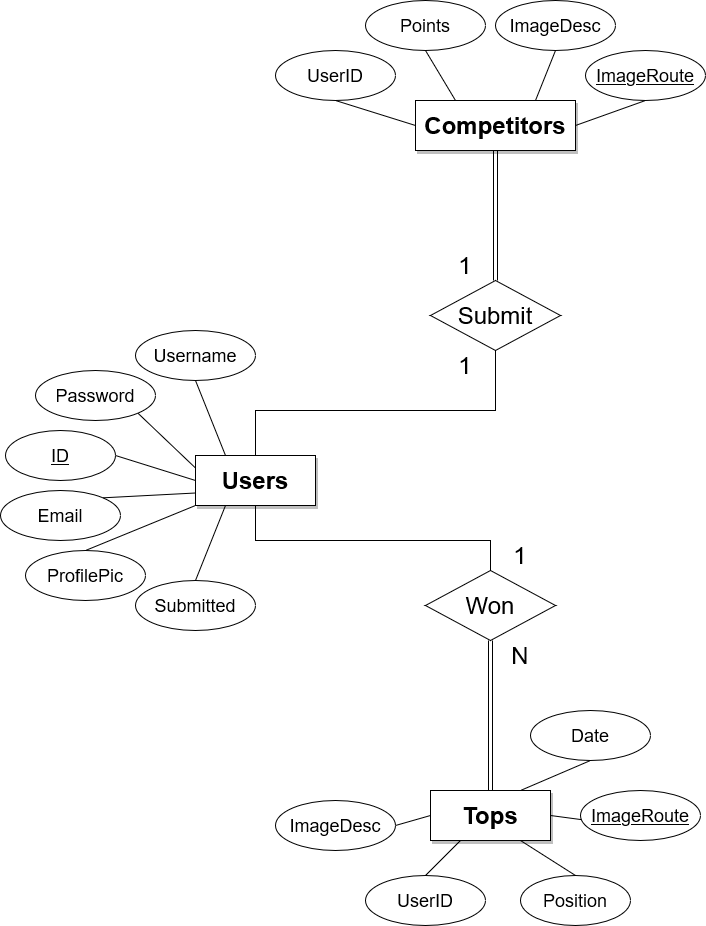
Above: images/PiCompDB.png in FabioSTO/PiComp-back-end-Node.js (draw.io), before the change. Source tidied: cells renumbered, new cells last; positions are measured from the earlier drawing's top-left corner, leaving out a move shared by most shapes. Source of this version:
```xml
<mxGraphModel>
  <root>
    <mxCell id="0" />
    <mxCell id="1" parent="0" />
    <mxCell id="2" value="&lt;font style=&quot;font-size: 24px;&quot;&gt;&lt;b&gt;&lt;font&gt;Users&lt;/font&gt;&lt;/b&gt;&lt;/font&gt;" style="rounded=0;whiteSpace=wrap;html=1;shadow=1;" parent="1" vertex="1">
      <mxGeometry x="195" y="455" width="120" height="50" as="geometry" />
    </mxCell>
    <mxCell id="3" value="&lt;font style=&quot;font-size: 18px;&quot;&gt;&lt;u&gt;ID&lt;/u&gt;&lt;/font&gt;" style="ellipse;whiteSpace=wrap;html=1;" parent="1" vertex="1">
      <mxGeometry x="5" y="430" width="110" height="50" as="geometry" />
    </mxCell>
    <mxCell id="4" value="&lt;font style=&quot;font-size: 18px;&quot;&gt;Username&lt;/font&gt;" style="ellipse;whiteSpace=wrap;html=1;" parent="1" vertex="1">
      <mxGeometry x="135" y="330" width="120" height="50" as="geometry" />
    </mxCell>
    <mxCell id="5" value="&lt;font style=&quot;font-size: 18px;&quot;&gt;Email&lt;/font&gt;" style="ellipse;whiteSpace=wrap;html=1;" parent="1" vertex="1">
      <mxGeometry y="490" width="120" height="50" as="geometry" />
    </mxCell>
    <mxCell id="6" value="&lt;div&gt;&lt;font style=&quot;font-size: 18px;&quot;&gt;Password&lt;/font&gt;&lt;/div&gt;" style="ellipse;whiteSpace=wrap;html=1;" parent="1" vertex="1">
      <mxGeometry x="35" y="370" width="120" height="50" as="geometry" />
    </mxCell>
    <mxCell id="7" value="&lt;font style=&quot;font-size: 18px;&quot;&gt;ProfilePic&lt;/font&gt;" style="ellipse;whiteSpace=wrap;html=1;" parent="1" vertex="1">
      <mxGeometry x="25" y="550" width="120" height="50" as="geometry" />
    </mxCell>
    <mxCell id="8" style="endArrow=none;html=1;rounded=0;exitX=0.25;exitY=0;exitDx=0;exitDy=0;entryX=0.5;entryY=1;entryDx=0;entryDy=0;" parent="1" edge="1" source="2" target="4">
      <mxGeometry relative="1" as="geometry" />
    </mxCell>
    <mxCell id="9" style="endArrow=none;html=1;rounded=0;exitX=0;exitY=0.25;exitDx=0;exitDy=0;entryX=1;entryY=1;entryDx=0;entryDy=0;" parent="1" edge="1" source="2" target="6">
      <mxGeometry relative="1" as="geometry" />
    </mxCell>
    <mxCell id="10" style="endArrow=none;html=1;rounded=0;exitX=0;exitY=0.5;exitDx=0;exitDy=0;entryX=1;entryY=0.5;entryDx=0;entryDy=0;" parent="1" edge="1" source="2" target="3">
      <mxGeometry relative="1" as="geometry" />
    </mxCell>
    <mxCell id="11" style="endArrow=none;html=1;rounded=0;exitX=0;exitY=0.75;exitDx=0;exitDy=0;entryX=1;entryY=0;entryDx=0;entryDy=0;" parent="1" edge="1" source="2" target="5">
      <mxGeometry relative="1" as="geometry" />
    </mxCell>
    <mxCell id="12" style="endArrow=none;html=1;rounded=0;exitX=0;exitY=1;exitDx=0;exitDy=0;entryX=0.5;entryY=0;entryDx=0;entryDy=0;" parent="1" edge="1" source="2" target="7">
      <mxGeometry relative="1" as="geometry" />
    </mxCell>
    <mxCell id="13" value="&lt;font style=&quot;font-size: 24px;&quot;&gt;&lt;b&gt;&lt;font&gt;Tops&lt;/font&gt;&lt;/b&gt;&lt;/font&gt;" style="rounded=0;whiteSpace=wrap;html=1;shadow=1;" parent="1" vertex="1">
      <mxGeometry x="430" y="790" width="120" height="50" as="geometry" />
    </mxCell>
    <mxCell id="14" value="&lt;font style=&quot;font-size: 18px;&quot;&gt;Position&lt;/font&gt;" style="ellipse;whiteSpace=wrap;html=1;" parent="1" vertex="1">
      <mxGeometry x="520" y="875" width="110" height="50" as="geometry" />
    </mxCell>
    <mxCell id="15" value="&lt;font style=&quot;font-size: 18px;&quot;&gt;Date&lt;/font&gt;" style="ellipse;whiteSpace=wrap;html=1;" parent="1" vertex="1">
      <mxGeometry x="530" y="710" width="120" height="50" as="geometry" />
    </mxCell>
    <mxCell id="16" style="endArrow=none;html=1;rounded=0;exitX=0.75;exitY=0;exitDx=0;exitDy=0;entryX=0.5;entryY=1;entryDx=0;entryDy=0;" parent="1" edge="1" source="13" target="15">
      <mxGeometry relative="1" as="geometry" />
    </mxCell>
    <mxCell id="17" style="endArrow=none;html=1;rounded=0;entryX=1;entryY=1;entryDx=0;entryDy=0;exitX=1;exitY=0.5;exitDx=0;exitDy=0;" parent="1" edge="1" source="13" target="26">
      <mxGeometry relative="1" as="geometry" />
    </mxCell>
    <mxCell id="18" style="endArrow=none;html=1;rounded=0;exitX=0.75;exitY=1;exitDx=0;exitDy=0;entryX=0.5;entryY=0;entryDx=0;entryDy=0;" parent="1" edge="1" source="13" target="14">
      <mxGeometry relative="1" as="geometry" />
    </mxCell>
    <mxCell id="19" value="&lt;font style=&quot;font-size: 24px;&quot;&gt;&lt;b&gt;&lt;font&gt;Competitors&lt;/font&gt;&lt;/b&gt;&lt;/font&gt;" style="rounded=0;whiteSpace=wrap;html=1;shadow=1;" parent="1" vertex="1">
      <mxGeometry x="415" y="100" width="160" height="50" as="geometry" />
    </mxCell>
    <mxCell id="20" value="&lt;font style=&quot;font-size: 18px;&quot;&gt;&lt;u&gt;ImageRoute&lt;/u&gt;&lt;/font&gt;" style="ellipse;whiteSpace=wrap;html=1;" parent="1" vertex="1">
      <mxGeometry x="585" y="50" width="120" height="50" as="geometry" />
    </mxCell>
    <mxCell id="21" value="&lt;font style=&quot;font-size: 18px;&quot;&gt;Points&lt;/font&gt;" style="ellipse;whiteSpace=wrap;html=1;" parent="1" vertex="1">
      <mxGeometry x="365" width="120" height="50" as="geometry" />
    </mxCell>
    <mxCell id="22" value="&lt;div&gt;&lt;font style=&quot;font-size: 18px;&quot;&gt;ImageDesc&lt;/font&gt;&lt;/div&gt;" style="ellipse;whiteSpace=wrap;html=1;" parent="1" vertex="1">
      <mxGeometry x="495" width="120" height="50" as="geometry" />
    </mxCell>
    <mxCell id="23" style="endArrow=none;html=1;rounded=0;exitX=1;exitY=0.5;exitDx=0;exitDy=0;entryX=0.5;entryY=1;entryDx=0;entryDy=0;" parent="1" edge="1" source="19" target="20">
      <mxGeometry relative="1" as="geometry" />
    </mxCell>
    <mxCell id="24" style="endArrow=none;html=1;rounded=0;exitX=0.75;exitY=0;exitDx=0;exitDy=0;entryX=0.5;entryY=1;entryDx=0;entryDy=0;" parent="1" edge="1" source="19" target="22">
      <mxGeometry relative="1" as="geometry" />
    </mxCell>
    <mxCell id="25" style="endArrow=none;html=1;rounded=0;exitX=0.25;exitY=0;exitDx=0;exitDy=0;entryX=0.5;entryY=1;entryDx=0;entryDy=0;" parent="1" edge="1" source="19" target="21">
      <mxGeometry relative="1" as="geometry" />
    </mxCell>
    <mxCell id="26" value="&lt;font style=&quot;font-size: 18px;&quot;&gt;&lt;u&gt;ImageRoute&lt;/u&gt;&lt;/font&gt;" style="ellipse;whiteSpace=wrap;html=1;" parent="1" vertex="1">
      <mxGeometry x="580" y="790" width="120" height="50" as="geometry" />
    </mxCell>
    <mxCell id="27" value="&lt;font style=&quot;font-size: 24px;&quot;&gt;&lt;font&gt;Submit&lt;/font&gt;&lt;/font&gt;" style="rhombus;whiteSpace=wrap;html=1;" parent="1" vertex="1">
      <mxGeometry x="430" y="280" width="130" height="70" as="geometry" />
    </mxCell>
    <mxCell id="28" value="&lt;font style=&quot;font-size: 24px;&quot;&gt;&lt;font&gt;Won&lt;/font&gt;&lt;/font&gt;" style="rhombus;whiteSpace=wrap;html=1;" parent="1" vertex="1">
      <mxGeometry x="425" y="570" width="130" height="70" as="geometry" />
    </mxCell>
    <mxCell id="29" value="&lt;font style=&quot;font-size: 24px;&quot;&gt;1&lt;/font&gt;" style="text;html=1;strokeColor=none;fillColor=none;align=center;verticalAlign=middle;whiteSpace=wrap;rounded=0;" parent="1" vertex="1">
      <mxGeometry x="490" y="540" width="60" height="30" as="geometry" />
    </mxCell>
    <mxCell id="30" value="&lt;font style=&quot;font-size: 24px;&quot;&gt;N&lt;/font&gt;" style="text;html=1;strokeColor=none;fillColor=none;align=center;verticalAlign=middle;whiteSpace=wrap;rounded=0;" parent="1" vertex="1">
      <mxGeometry x="490" y="640" width="60" height="30" as="geometry" />
    </mxCell>
    <mxCell id="31" value="&lt;font style=&quot;font-size: 24px;&quot;&gt;1&lt;/font&gt;" style="text;html=1;strokeColor=none;fillColor=none;align=center;verticalAlign=middle;whiteSpace=wrap;rounded=0;" parent="1" vertex="1">
      <mxGeometry x="435" y="250" width="60" height="30" as="geometry" />
    </mxCell>
    <mxCell id="32" value="&lt;font style=&quot;font-size: 24px;&quot;&gt;1&lt;/font&gt;" style="text;html=1;strokeColor=none;fillColor=none;align=center;verticalAlign=middle;whiteSpace=wrap;rounded=0;" parent="1" vertex="1">
      <mxGeometry x="435" y="350" width="60" height="30" as="geometry" />
    </mxCell>
    <mxCell id="33" style="endArrow=none;html=1;rounded=0;exitX=0.5;exitY=0;exitDx=0;exitDy=0;entryX=0.5;entryY=1;entryDx=0;entryDy=0;" parent="1" edge="1" source="2" target="27">
      <mxGeometry relative="1" as="geometry">
        <Array as="points">
          <mxPoint x="255" y="410" />
          <mxPoint x="495" y="410" />
        </Array>
      </mxGeometry>
    </mxCell>
    <mxCell id="34" style="endArrow=none;html=1;rounded=0;exitX=0.5;exitY=1;exitDx=0;exitDy=0;entryX=0.5;entryY=0;entryDx=0;entryDy=0;" parent="1" edge="1" source="2" target="28">
      <mxGeometry relative="1" as="geometry">
        <Array as="points">
          <mxPoint x="255" y="540" />
          <mxPoint x="490" y="540" />
        </Array>
      </mxGeometry>
    </mxCell>
    <mxCell id="35" value="&lt;div&gt;&lt;font style=&quot;font-size: 18px;&quot;&gt;UserID&lt;/font&gt;&lt;/div&gt;" style="ellipse;whiteSpace=wrap;html=1;" parent="1" vertex="1">
      <mxGeometry x="365" y="875" width="120" height="50" as="geometry" />
    </mxCell>
    <mxCell id="36" style="endArrow=none;html=1;rounded=0;exitX=0.25;exitY=1;exitDx=0;exitDy=0;entryX=0.5;entryY=0;entryDx=0;entryDy=0;" parent="1" edge="1" source="13" target="35">
      <mxGeometry relative="1" as="geometry" />
    </mxCell>
    <mxCell id="37" style="shape=link;html=1;rounded=0;exitX=0;exitY=0;exitDx=0;exitDy=0;entryX=0.5;entryY=0;entryDx=0;entryDy=0;" parent="1" edge="1" source="30" target="13">
      <mxGeometry relative="1" as="geometry" />
    </mxCell>
    <mxCell id="38" style="shape=link;html=1;rounded=0;exitX=0.5;exitY=0;exitDx=0;exitDy=0;entryX=0.5;entryY=1;entryDx=0;entryDy=0;" parent="1" edge="1" source="27" target="19">
      <mxGeometry relative="1" as="geometry" />
    </mxCell>
    <mxCell id="39" value="&lt;font style=&quot;font-size: 18px;&quot;&gt;Submitted&lt;/font&gt;" style="ellipse;whiteSpace=wrap;html=1;" parent="1" vertex="1">
      <mxGeometry x="135" y="580" width="120" height="50" as="geometry" />
    </mxCell>
    <mxCell id="40" style="endArrow=none;html=1;rounded=0;exitX=0.25;exitY=1;exitDx=0;exitDy=0;entryX=0.5;entryY=0;entryDx=0;entryDy=0;" parent="1" edge="1" source="2" target="39">
      <mxGeometry relative="1" as="geometry" />
    </mxCell>
    <mxCell id="41" value="&lt;div&gt;&lt;font style=&quot;font-size: 18px;&quot;&gt;UserID&lt;/font&gt;&lt;/div&gt;" style="ellipse;whiteSpace=wrap;html=1;" parent="1" vertex="1">
      <mxGeometry x="275" y="50" width="120" height="50" as="geometry" />
    </mxCell>
    <mxCell id="42" style="endArrow=none;html=1;rounded=0;exitX=0;exitY=0.5;exitDx=0;exitDy=0;entryX=0.5;entryY=1;entryDx=0;entryDy=0;" parent="1" edge="1" source="19" target="41">
      <mxGeometry relative="1" as="geometry" />
    </mxCell>
    <mxCell id="43" value="&lt;div&gt;&lt;font style=&quot;font-size: 18px;&quot;&gt;ImageDesc&lt;/font&gt;&lt;/div&gt;" style="ellipse;whiteSpace=wrap;html=1;" parent="1" vertex="1">
      <mxGeometry x="275" y="800" width="120" height="50" as="geometry" />
    </mxCell>
    <mxCell id="44" style="endArrow=none;html=1;rounded=0;exitX=0;exitY=0.5;exitDx=0;exitDy=0;entryX=1;entryY=0.5;entryDx=0;entryDy=0;" parent="1" edge="1" source="13" target="43">
      <mxGeometry relative="1" as="geometry" />
    </mxCell>
  </root>
</mxGraphModel>
```
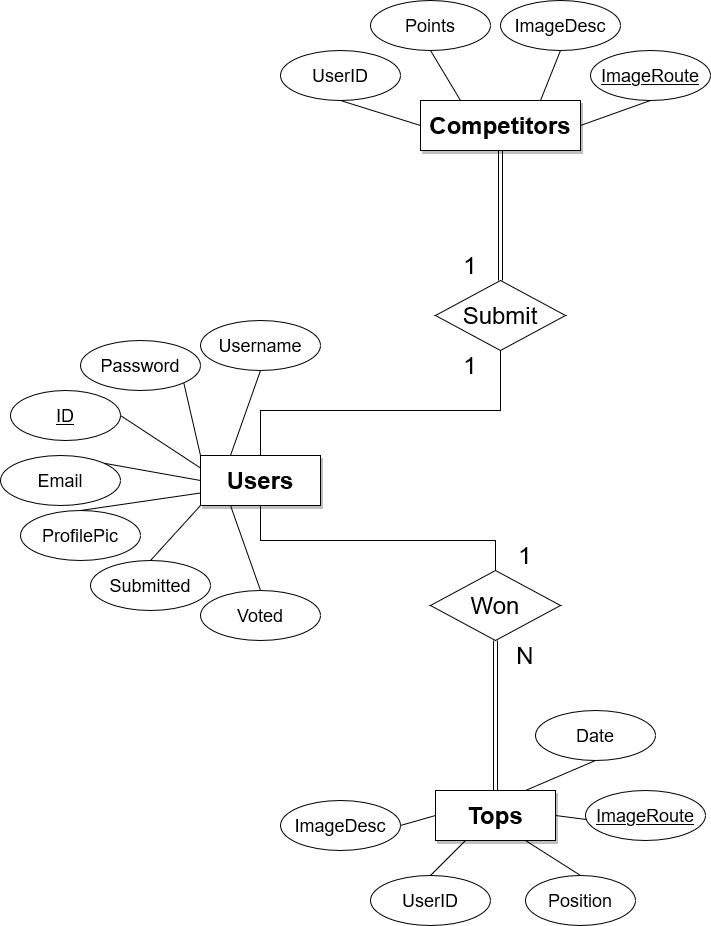
Above is the later version.

Commit message:
Added VOTED field

Diff of the diagram source:
```diff
@@ -6,33 +6,33 @@
       <mxGeometry x="195" y="455" width="120" height="50" as="geometry" />
     </mxCell>
     <mxCell id="3" value="&lt;font style=&quot;font-size: 18px;&quot;&gt;&lt;u&gt;ID&lt;/u&gt;&lt;/font&gt;" style="ellipse;whiteSpace=wrap;html=1;" parent="1" vertex="1">
-      <mxGeometry x="5" y="430" width="110" height="50" as="geometry" />
+      <mxGeometry x="5" y="390" width="110" height="50" as="geometry" />
     </mxCell>
     <mxCell id="4" value="&lt;font style=&quot;font-size: 18px;&quot;&gt;Username&lt;/font&gt;" style="ellipse;whiteSpace=wrap;html=1;" parent="1" vertex="1">
-      <mxGeometry x="135" y="330" width="120" height="50" as="geometry" />
+      <mxGeometry x="195" y="320" width="120" height="50" as="geometry" />
     </mxCell>
     <mxCell id="5" value="&lt;font style=&quot;font-size: 18px;&quot;&gt;Email&lt;/font&gt;" style="ellipse;whiteSpace=wrap;html=1;" parent="1" vertex="1">
-      <mxGeometry y="490" width="120" height="50" as="geometry" />
+      <mxGeometry x="-5" y="455" width="120" height="50" as="geometry" />
     </mxCell>
     <mxCell id="6" value="&lt;div&gt;&lt;font style=&quot;font-size: 18px;&quot;&gt;Password&lt;/font&gt;&lt;/div&gt;" style="ellipse;whiteSpace=wrap;html=1;" parent="1" vertex="1">
-      <mxGeometry x="35" y="370" width="120" height="50" as="geometry" />
+      <mxGeometry x="75" y="340" width="120" height="50" as="geometry" />
     </mxCell>
     <mxCell id="7" value="&lt;font style=&quot;font-size: 18px;&quot;&gt;ProfilePic&lt;/font&gt;" style="ellipse;whiteSpace=wrap;html=1;" parent="1" vertex="1">
-      <mxGeometry x="25" y="550" width="120" height="50" as="geometry" />
+      <mxGeometry x="15" y="510" width="120" height="50" as="geometry" />
     </mxCell>
     <mxCell id="8" style="endArrow=none;html=1;rounded=0;exitX=0.25;exitY=0;exitDx=0;exitDy=0;entryX=0.5;entryY=1;entryDx=0;entryDy=0;" parent="1" edge="1" source="2" target="4">
       <mxGeometry relative="1" as="geometry" />
     </mxCell>
-    <mxCell id="9" style="endArrow=none;html=1;rounded=0;exitX=0;exitY=0.25;exitDx=0;exitDy=0;entryX=1;entryY=1;entryDx=0;entryDy=0;" parent="1" edge="1" source="2" target="6">
+    <mxCell id="9" style="endArrow=none;html=1;rounded=0;entryX=1;entryY=1;entryDx=0;entryDy=0;exitX=0;exitY=0;exitDx=0;exitDy=0;" parent="1" edge="1" source="2" target="6">
       <mxGeometry relative="1" as="geometry" />
     </mxCell>
-    <mxCell id="10" style="endArrow=none;html=1;rounded=0;exitX=0;exitY=0.5;exitDx=0;exitDy=0;entryX=1;entryY=0.5;entryDx=0;entryDy=0;" parent="1" edge="1" source="2" target="3">
+    <mxCell id="10" style="endArrow=none;html=1;rounded=0;exitX=0;exitY=0.25;exitDx=0;exitDy=0;entryX=1;entryY=0.5;entryDx=0;entryDy=0;" parent="1" edge="1" source="2" target="3">
       <mxGeometry relative="1" as="geometry" />
     </mxCell>
-    <mxCell id="11" style="endArrow=none;html=1;rounded=0;exitX=0;exitY=0.75;exitDx=0;exitDy=0;entryX=1;entryY=0;entryDx=0;entryDy=0;" parent="1" edge="1" source="2" target="5">
+    <mxCell id="11" style="endArrow=none;html=1;rounded=0;exitX=0;exitY=0.5;exitDx=0;exitDy=0;entryX=1;entryY=0;entryDx=0;entryDy=0;" parent="1" edge="1" source="2" target="5">
       <mxGeometry relative="1" as="geometry" />
     </mxCell>
-    <mxCell id="12" style="endArrow=none;html=1;rounded=0;exitX=0;exitY=1;exitDx=0;exitDy=0;entryX=0.5;entryY=0;entryDx=0;entryDy=0;" parent="1" edge="1" source="2" target="7">
+    <mxCell id="12" style="endArrow=none;html=1;rounded=0;exitX=0;exitY=0.75;exitDx=0;exitDy=0;entryX=0.5;entryY=0;entryDx=0;entryDy=0;" parent="1" edge="1" source="2" target="7">
       <mxGeometry relative="1" as="geometry" />
     </mxCell>
     <mxCell id="13" value="&lt;font style=&quot;font-size: 24px;&quot;&gt;&lt;b&gt;&lt;font&gt;Tops&lt;/font&gt;&lt;/b&gt;&lt;/font&gt;" style="rounded=0;whiteSpace=wrap;html=1;shadow=1;" parent="1" vertex="1">
@@ -124,9 +124,9 @@
       <mxGeometry relative="1" as="geometry" />
     </mxCell>
     <mxCell id="39" value="&lt;font style=&quot;font-size: 18px;&quot;&gt;Submitted&lt;/font&gt;" style="ellipse;whiteSpace=wrap;html=1;" parent="1" vertex="1">
-      <mxGeometry x="135" y="580" width="120" height="50" as="geometry" />
+      <mxGeometry x="85" y="560" width="120" height="50" as="geometry" />
     </mxCell>
-    <mxCell id="40" style="endArrow=none;html=1;rounded=0;exitX=0.25;exitY=1;exitDx=0;exitDy=0;entryX=0.5;entryY=0;entryDx=0;entryDy=0;" parent="1" edge="1" source="2" target="39">
+    <mxCell id="40" style="endArrow=none;html=1;rounded=0;exitX=0;exitY=1;exitDx=0;exitDy=0;entryX=0.5;entryY=0;entryDx=0;entryDy=0;" parent="1" edge="1" source="2" target="39">
       <mxGeometry relative="1" as="geometry" />
     </mxCell>
     <mxCell id="41" value="&lt;div&gt;&lt;font style=&quot;font-size: 18px;&quot;&gt;UserID&lt;/font&gt;&lt;/div&gt;" style="ellipse;whiteSpace=wrap;html=1;" parent="1" vertex="1">
@@ -141,5 +141,11 @@
     <mxCell id="44" style="endArrow=none;html=1;rounded=0;exitX=0;exitY=0.5;exitDx=0;exitDy=0;entryX=1;entryY=0.5;entryDx=0;entryDy=0;" parent="1" edge="1" source="13" target="43">
       <mxGeometry relative="1" as="geometry" />
     </mxCell>
+    <mxCell id="45" value="&lt;font style=&quot;font-size: 18px;&quot;&gt;Voted&lt;/font&gt;" style="ellipse;whiteSpace=wrap;html=1;" parent="1" vertex="1">
+      <mxGeometry x="195" y="590" width="120" height="50" as="geometry" />
+    </mxCell>
+    <mxCell id="46" style="endArrow=none;html=1;rounded=0;exitX=0.25;exitY=1;exitDx=0;exitDy=0;entryX=0.5;entryY=0;entryDx=0;entryDy=0;" parent="1" edge="1" source="2" target="45">
+      <mxGeometry relative="1" as="geometry" />
+    </mxCell>
   </root>
 </mxGraphModel>
```
